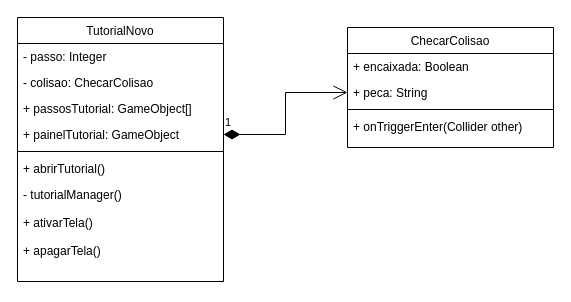
Before: diagramas-grade/tutorial.drawio in PanicAThePython/tcc_NataliaSensWeise, a draw.io diagram. Source tidied: cells renumbered, new cells numbered last; positions are measured from the earlier drawing's top-left corner, leaving out a move shared by most shapes. Both pictures are drawn from the tidied source at 100%, with x=0, y=0 at pixel (17, 17).
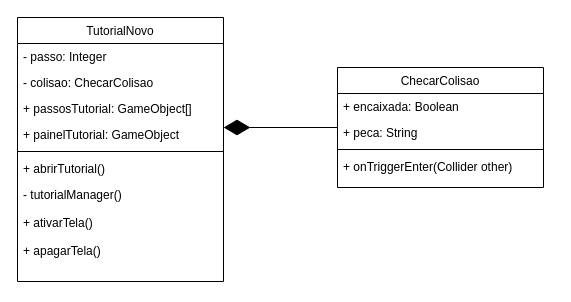
The same page after the edit.

The edit, as a diff of the source:
```diff
@@
 <mxGraphModel>
   <root>
     <mxCell id="0" />
     <mxCell id="1" parent="0" />
     <mxCell id="2" value="TutorialNovo" style="swimlane;fontStyle=0;align=center;verticalAlign=top;horizontal=1;startSize=26;rounded=0;shadow=0;strokeWidth=1;" parent="1" vertex="1">
       <mxGeometry width="206" height="264" as="geometry" />
     </mxCell>
     <mxCell id="3" value="- passo: Integer" style="text;align=left;verticalAlign=top;spacingLeft=4;spacingRight=4;overflow=hidden;" parent="2" vertex="1">
       <mxGeometry y="26" width="206" height="26" as="geometry" />
     </mxCell>
     <mxCell id="4" value="- colisao: ChecarColisao" style="text;align=left;verticalAlign=top;spacingLeft=4;spacingRight=4;overflow=hidden;rounded=0;shadow=0;html=0;" parent="2" vertex="1">
       <mxGeometry y="52" width="206" height="26" as="geometry" />
     </mxCell>
     <mxCell id="5" value="+ passosTutorial: GameObject[]" style="text;align=left;verticalAlign=top;spacingLeft=4;spacingRight=4;overflow=hidden;rounded=0;shadow=0;html=0;" parent="2" vertex="1">
       <mxGeometry y="78" width="206" height="26" as="geometry" />
     </mxCell>
     <mxCell id="6" value="+ painelTutorial: GameObject" style="text;align=left;verticalAlign=top;spacingLeft=4;spacingRight=4;overflow=hidden;points=[[0,0.5],[1,0.5]];portConstraint=eastwest;rounded=0;shadow=0;html=0;" parent="2" vertex="1">
       <mxGeometry y="104" width="206" height="26" as="geometry" />
     </mxCell>
     <mxCell id="7" style="line;html=1;strokeWidth=1;align=left;verticalAlign=middle;spacingTop=-1;spacingLeft=3;spacingRight=3;labelPosition=right;" parent="2" vertex="1">
       <mxGeometry y="130" width="206" height="8" as="geometry" />
     </mxCell>
     <mxCell id="8" value="+ abrirTutorial()" style="text;align=left;verticalAlign=top;spacingLeft=4;spacingRight=4;overflow=hidden;" parent="2" vertex="1">
       <mxGeometry y="138" width="206" height="26" as="geometry" />
     </mxCell>
     <mxCell id="9" value="- tutorialManager()&#10;&#10;+ ativarTela()&#10;&#10;+ apagarTela()" style="text;align=left;verticalAlign=top;spacingLeft=4;spacingRight=4;overflow=hidden;" parent="2" vertex="1">
       <mxGeometry y="164" width="206" height="100" as="geometry" />
     </mxCell>
     <mxCell id="10" value="ChecarColisao" style="swimlane;fontStyle=0;align=center;verticalAlign=top;horizontal=1;startSize=26;rounded=0;shadow=0;strokeWidth=1;" parent="1" vertex="1">
-      <mxGeometry x="330" y="10" width="206" height="120" as="geometry" />
+      <mxGeometry x="320" y="50" width="206" height="120" as="geometry" />
     </mxCell>
     <mxCell id="11" value="+ encaixada: Boolean" style="text;align=left;verticalAlign=top;spacingLeft=4;spacingRight=4;overflow=hidden;" parent="10" vertex="1">
       <mxGeometry y="26" width="206" height="26" as="geometry" />
     </mxCell>
     <mxCell id="12" value="+ peca: String" style="text;align=left;verticalAlign=top;spacingLeft=4;spacingRight=4;overflow=hidden;points=[[0,0.5],[1,0.5]];portConstraint=eastwest;rounded=0;shadow=0;html=0;" parent="10" vertex="1">
       <mxGeometry y="52" width="206" height="26" as="geometry" />
     </mxCell>
     <mxCell id="13" style="line;html=1;strokeWidth=1;align=left;verticalAlign=middle;spacingTop=-1;spacingLeft=3;spacingRight=3;labelPosition=right;" parent="10" vertex="1">
       <mxGeometry y="78" width="206" height="8" as="geometry" />
     </mxCell>
     <mxCell id="14" value="+ onTriggerEnter(Collider other)" style="text;align=left;verticalAlign=top;spacingLeft=4;spacingRight=4;overflow=hidden;" parent="10" vertex="1">
       <mxGeometry y="86" width="206" height="26" as="geometry" />
     </mxCell>
-    <mxCell id="15" value="1" style="endArrow=open;html=1;endSize=12;startArrow=diamondThin;startSize=14;startFill=1;edgeStyle=orthogonalEdgeStyle;align=left;verticalAlign=bottom;rounded=0;exitX=1;exitY=0.5;exitDx=0;exitDy=0;entryX=0;entryY=0.5;entryDx=0;entryDy=0;" parent="1" edge="1" source="6" target="12">
-      <mxGeometry x="-1" y="3" relative="1" as="geometry" />
-    </mxCell>
+    <mxCell id="16" style="endArrow=diamondThin;endFill=1;endSize=24;html=1;rounded=0;entryX=1;entryY=0.5;entryDx=0;entryDy=0;exitX=0;exitY=0.5;exitDx=0;exitDy=0;" parent="1" edge="1">
+      <mxGeometry relative="1" as="geometry">
+        <mxPoint x="320" y="110" as="sourcePoint" />
+        <mxPoint x="206" y="110" as="targetPoint" />
+      </mxGeometry>
+    </mxCell>
   </root>
 </mxGraphModel>
```
